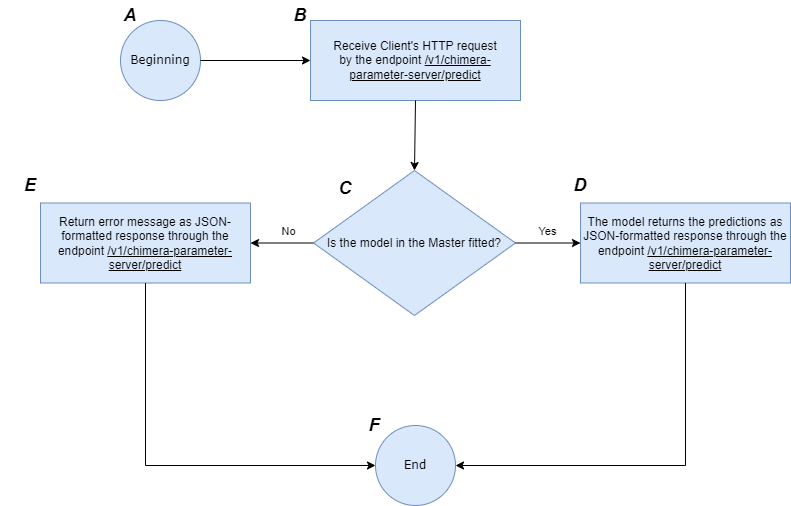
This is images/parameter_server_master_predict_state_machine_flowchart.drawio.png from Samirnunes/chimera, a draw.io export, as it was before one commit. Source tidied: cells renumbered, new cells last; positions are measured from the earlier drawing's top-left corner, leaving out a move shared by most shapes. Its diagram source:
```xml
<mxGraphModel>
  <root>
    <mxCell id="0" />
    <mxCell id="1" parent="0" />
    <mxCell id="2" value="&lt;font face=&quot;Verdana&quot;&gt;Beginning&lt;/font&gt;" style="ellipse;whiteSpace=wrap;html=1;fillColor=#dae8fc;strokeColor=#6c8ebf;" parent="1" vertex="1">
      <mxGeometry x="120" y="20" width="80" height="80" as="geometry" />
    </mxCell>
    <mxCell id="3" value="&lt;font face=&quot;Helvetica&quot; style=&quot;font-size: 18px;&quot;&gt;&lt;i style=&quot;&quot;&gt;&lt;b style=&quot;&quot;&gt;A&lt;/b&gt;&lt;/i&gt;&lt;/font&gt;" style="text;html=1;align=center;verticalAlign=middle;whiteSpace=wrap;rounded=0;" parent="1" vertex="1">
      <mxGeometry x="100" width="60" height="30" as="geometry" />
    </mxCell>
    <mxCell id="4" value="Receive Client's HTTP request&lt;div&gt;by the endpoint &lt;u&gt;/v1/chimera-parameter-server/predict&lt;/u&gt;&lt;/div&gt;" style="rounded=0;whiteSpace=wrap;html=1;fillColor=#dae8fc;strokeColor=#6c8ebf;" parent="1" vertex="1">
      <mxGeometry x="310" y="20" width="210" height="80" as="geometry" />
    </mxCell>
    <mxCell id="5" value="The model returns the predictions as JSON-formatted response through the endpoint&amp;nbsp;&lt;u&gt;/v1/chimera-parameter-server/predict&lt;/u&gt;" style="rounded=0;whiteSpace=wrap;html=1;fillColor=#dae8fc;strokeColor=#6c8ebf;" parent="1" vertex="1">
      <mxGeometry x="580" y="202.5" width="210" height="80" as="geometry" />
    </mxCell>
    <mxCell id="6" style="endArrow=classic;html=1;rounded=0;exitX=1;exitY=0.5;exitDx=0;exitDy=0;entryX=0;entryY=0.5;entryDx=0;entryDy=0;" parent="1" edge="1" source="2" target="4">
      <mxGeometry relative="1" as="geometry" />
    </mxCell>
    <mxCell id="7" value="&lt;font face=&quot;Helvetica&quot; style=&quot;font-size: 18px;&quot;&gt;&lt;i style=&quot;&quot;&gt;&lt;b style=&quot;&quot;&gt;B&lt;/b&gt;&lt;/i&gt;&lt;/font&gt;" style="text;html=1;align=center;verticalAlign=middle;whiteSpace=wrap;rounded=0;" parent="1" vertex="1">
      <mxGeometry x="270" width="60" height="30" as="geometry" />
    </mxCell>
    <mxCell id="8" style="endArrow=classic;html=1;rounded=0;exitX=0.5;exitY=1;exitDx=0;exitDy=0;entryX=0.5;entryY=0;entryDx=0;entryDy=0;" parent="1" edge="1" source="4" target="17">
      <mxGeometry relative="1" as="geometry" />
    </mxCell>
    <mxCell id="9" style="endArrow=classic;html=1;rounded=0;exitX=0.5;exitY=1;exitDx=0;exitDy=0;entryX=0.5;entryY=0;entryDx=0;entryDy=0;" parent="1" edge="1" source="5" target="10">
      <mxGeometry relative="1" as="geometry">
        <Array as="points">
          <mxPoint x="685" y="465" />
        </Array>
      </mxGeometry>
    </mxCell>
    <mxCell id="10" value="&lt;font face=&quot;Verdana&quot;&gt;End&lt;/font&gt;" style="ellipse;whiteSpace=wrap;html=1;fillColor=#dae8fc;strokeColor=#6c8ebf;direction=south;" parent="1" vertex="1">
      <mxGeometry x="375" y="425" width="80" height="80" as="geometry" />
    </mxCell>
    <mxCell id="11" value="&lt;font face=&quot;Helvetica&quot; style=&quot;font-size: 18px;&quot;&gt;&lt;i style=&quot;&quot;&gt;&lt;b style=&quot;&quot;&gt;C&lt;/b&gt;&lt;/i&gt;&lt;/font&gt;" style="text;html=1;align=center;verticalAlign=middle;whiteSpace=wrap;rounded=0;" parent="1" vertex="1">
      <mxGeometry x="315" y="172.5" width="60" height="30" as="geometry" />
    </mxCell>
    <mxCell id="12" value="&lt;font face=&quot;Helvetica&quot; style=&quot;font-size: 18px;&quot;&gt;&lt;i style=&quot;&quot;&gt;&lt;b style=&quot;&quot;&gt;D&lt;/b&gt;&lt;/i&gt;&lt;/font&gt;" style="text;html=1;align=center;verticalAlign=middle;whiteSpace=wrap;rounded=0;" parent="1" vertex="1">
      <mxGeometry x="550" y="170" width="60" height="30" as="geometry" />
    </mxCell>
    <mxCell id="13" style="edgeStyle=orthogonalEdgeStyle;rounded=0;jettySize=auto;html=1;" parent="1" edge="1" source="17" target="5">
      <mxGeometry relative="1" as="geometry" />
    </mxCell>
    <mxCell id="14" value="Yes" style="edgeLabel;html=1;align=center;verticalAlign=middle;" parent="13" vertex="1">
      <mxGeometry x="-0.01" y="-1" relative="1" as="geometry">
        <mxPoint y="-13" as="offset" />
      </mxGeometry>
    </mxCell>
    <mxCell id="15" style="edgeStyle=orthogonalEdgeStyle;rounded=0;jettySize=auto;html=1;" parent="1" edge="1" source="17" target="18">
      <mxGeometry relative="1" as="geometry" />
    </mxCell>
    <mxCell id="16" value="No" style="edgeLabel;html=1;align=center;verticalAlign=middle;" parent="15" vertex="1">
      <mxGeometry x="-0.39" y="2" relative="1" as="geometry">
        <mxPoint x="-7" y="-14" as="offset" />
      </mxGeometry>
    </mxCell>
    <mxCell id="17" value="Is the model in the Master fitted?" style="rhombus;whiteSpace=wrap;html=1;fillColor=#dae8fc;strokeColor=#6c8ebf;" parent="1" vertex="1">
      <mxGeometry x="313.1" y="170" width="201.9" height="145" as="geometry" />
    </mxCell>
    <mxCell id="18" value="Return error message as JSON-formatted response through the endpoint&amp;nbsp;&lt;u&gt;/v1/chimera-parameter-server/predict&lt;/u&gt;" style="rounded=0;whiteSpace=wrap;html=1;fillColor=#dae8fc;strokeColor=#6c8ebf;" parent="1" vertex="1">
      <mxGeometry x="40" y="202.5" width="210" height="80" as="geometry" />
    </mxCell>
    <mxCell id="19" style="endArrow=classic;html=1;rounded=0;exitX=0.5;exitY=1;exitDx=0;exitDy=0;entryX=0.5;entryY=1;entryDx=0;entryDy=0;" parent="1" edge="1" source="18" target="10">
      <mxGeometry relative="1" as="geometry">
        <Array as="points">
          <mxPoint x="145" y="465" />
        </Array>
      </mxGeometry>
    </mxCell>
    <mxCell id="20" value="&lt;font face=&quot;Helvetica&quot; style=&quot;font-size: 18px;&quot;&gt;&lt;i style=&quot;&quot;&gt;&lt;b style=&quot;&quot;&gt;E&lt;/b&gt;&lt;/i&gt;&lt;/font&gt;" style="text;html=1;align=center;verticalAlign=middle;whiteSpace=wrap;rounded=0;" parent="1" vertex="1">
      <mxGeometry y="170" width="60" height="30" as="geometry" />
    </mxCell>
    <mxCell id="21" value="&lt;font face=&quot;Helvetica&quot; style=&quot;font-size: 18px;&quot;&gt;&lt;i style=&quot;&quot;&gt;&lt;b style=&quot;&quot;&gt;F&lt;/b&gt;&lt;/i&gt;&lt;/font&gt;" style="text;html=1;align=center;verticalAlign=middle;whiteSpace=wrap;rounded=0;" parent="1" vertex="1">
      <mxGeometry x="344" y="410" width="60" height="30" as="geometry" />
    </mxCell>
  </root>
</mxGraphModel>
```
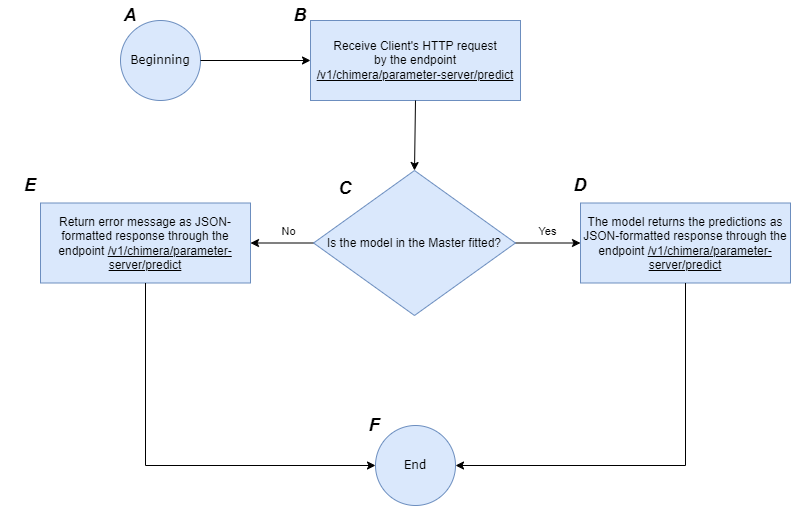
Later version of the same file.

Change to the diagram source:
```diff
@@ -8,10 +8,10 @@
     <mxCell id="3" value="&lt;font face=&quot;Helvetica&quot; style=&quot;font-size: 18px;&quot;&gt;&lt;i style=&quot;&quot;&gt;&lt;b style=&quot;&quot;&gt;A&lt;/b&gt;&lt;/i&gt;&lt;/font&gt;" style="text;html=1;align=center;verticalAlign=middle;whiteSpace=wrap;rounded=0;" parent="1" vertex="1">
       <mxGeometry x="100" width="60" height="30" as="geometry" />
     </mxCell>
-    <mxCell id="4" value="Receive Client's HTTP request&lt;div&gt;by the endpoint &lt;u&gt;/v1/chimera-parameter-server/predict&lt;/u&gt;&lt;/div&gt;" style="rounded=0;whiteSpace=wrap;html=1;fillColor=#dae8fc;strokeColor=#6c8ebf;" parent="1" vertex="1">
+    <mxCell id="4" value="Receive Client's HTTP request&lt;div&gt;by the endpoint &lt;u&gt;/v1/chimera/parameter-server/predict&lt;/u&gt;&lt;/div&gt;" style="rounded=0;whiteSpace=wrap;html=1;fillColor=#dae8fc;strokeColor=#6c8ebf;" parent="1" vertex="1">
       <mxGeometry x="310" y="20" width="210" height="80" as="geometry" />
     </mxCell>
-    <mxCell id="5" value="The model returns the predictions as JSON-formatted response through the endpoint&amp;nbsp;&lt;u&gt;/v1/chimera-parameter-server/predict&lt;/u&gt;" style="rounded=0;whiteSpace=wrap;html=1;fillColor=#dae8fc;strokeColor=#6c8ebf;" parent="1" vertex="1">
+    <mxCell id="5" value="The model returns the predictions as JSON-formatted response through the endpoint&amp;nbsp;&lt;u&gt;/v1/chimera/parameter-server/predict&lt;/u&gt;" style="rounded=0;whiteSpace=wrap;html=1;fillColor=#dae8fc;strokeColor=#6c8ebf;" parent="1" vertex="1">
       <mxGeometry x="580" y="202.5" width="210" height="80" as="geometry" />
     </mxCell>
     <mxCell id="6" style="endArrow=classic;html=1;rounded=0;exitX=1;exitY=0.5;exitDx=0;exitDy=0;entryX=0;entryY=0.5;entryDx=0;entryDy=0;" parent="1" edge="1" source="2" target="4">
@@ -58,7 +58,7 @@
     <mxCell id="17" value="Is the model in the Master fitted?" style="rhombus;whiteSpace=wrap;html=1;fillColor=#dae8fc;strokeColor=#6c8ebf;" parent="1" vertex="1">
       <mxGeometry x="313.1" y="170" width="201.9" height="145" as="geometry" />
     </mxCell>
-    <mxCell id="18" value="Return error message as JSON-formatted response through the endpoint&amp;nbsp;&lt;u&gt;/v1/chimera-parameter-server/predict&lt;/u&gt;" style="rounded=0;whiteSpace=wrap;html=1;fillColor=#dae8fc;strokeColor=#6c8ebf;" parent="1" vertex="1">
+    <mxCell id="18" value="Return error message as JSON-formatted response through the endpoint&amp;nbsp;&lt;u&gt;/v1/chimera/parameter-server/predict&lt;/u&gt;" style="rounded=0;whiteSpace=wrap;html=1;fillColor=#dae8fc;strokeColor=#6c8ebf;" parent="1" vertex="1">
       <mxGeometry x="40" y="202.5" width="210" height="80" as="geometry" />
     </mxCell>
     <mxCell id="19" style="endArrow=classic;html=1;rounded=0;exitX=0.5;exitY=1;exitDx=0;exitDy=0;entryX=0.5;entryY=1;entryDx=0;entryDy=0;" parent="1" edge="1" source="18" target="10">
```
